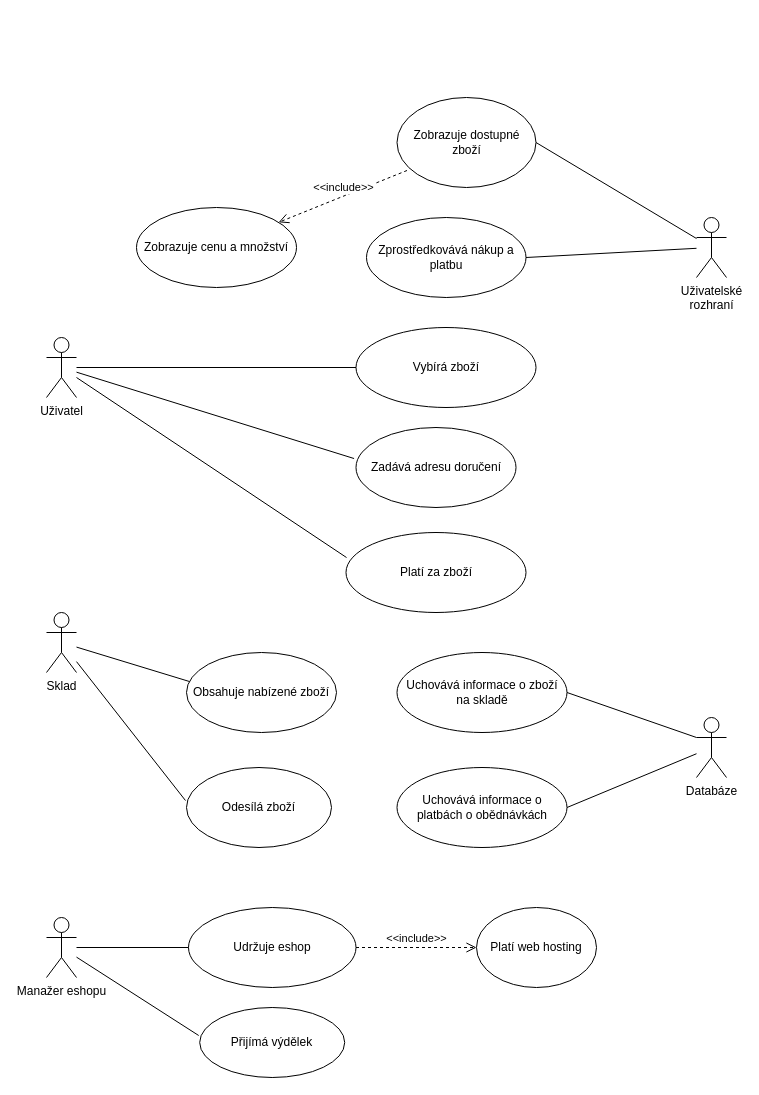
Above: data/database.drawio in CernyDavid/diagrams.net (draw.io), before the change. Source tidied: cells renumbered, new cells numbered last; positions are measured from the earlier drawing's top-left corner, leaving out a move shared by most shapes. Both pictures are drawn from the tidied source at 100%, with x=0, y=0 at pixel (46, 97).
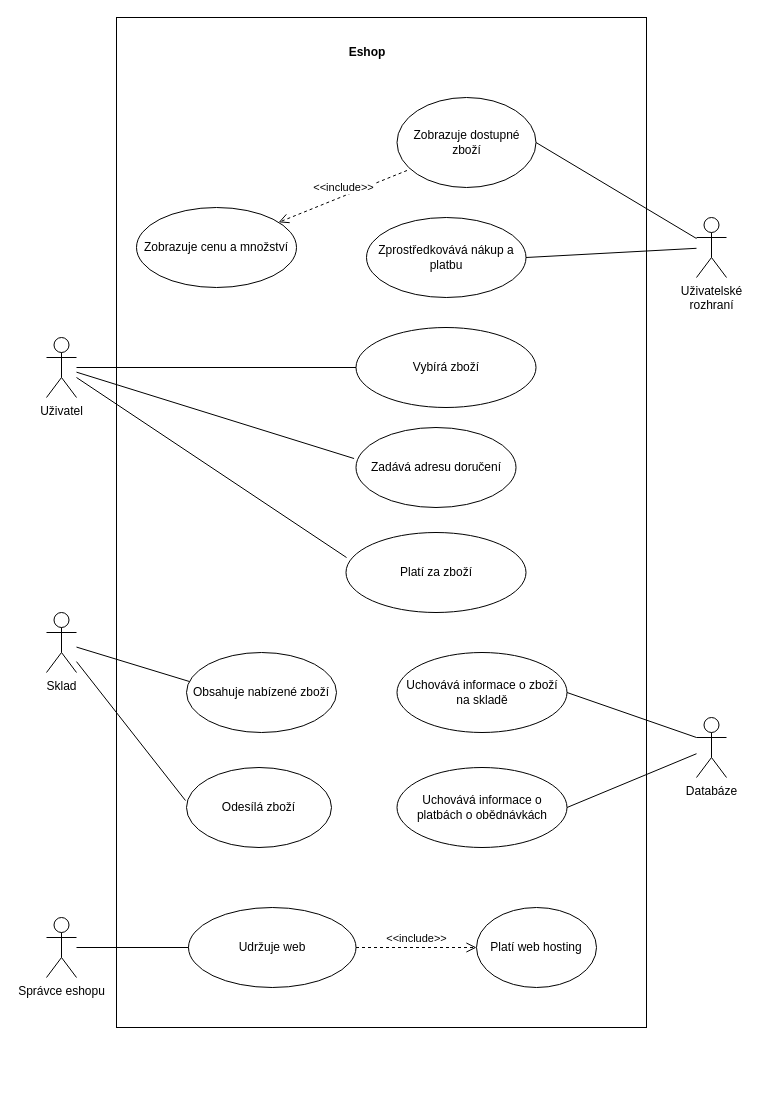
After the change.

Change to the diagram source:
```diff
@@
-    <mxCell id="26" value="Manažer eshopu" style="shape=umlActor;verticalLabelPosition=bottom;verticalAlign=top;html=1;outlineConnect=0;" parent="1" vertex="1">
+    <mxCell id="26" value="Správce eshopu" style="shape=umlActor;verticalLabelPosition=bottom;verticalAlign=top;html=1;outlineConnect=0;" parent="1" vertex="1">
       <mxGeometry y="820" width="30" height="60" as="geometry" />
     </mxCell>
-    <mxCell id="27" value="Udržuje eshop" style="ellipse;whiteSpace=wrap;html=1;" parent="1" vertex="1">
+    <mxCell id="27" value="Udržuje web" style="ellipse;whiteSpace=wrap;html=1;" parent="1" vertex="1">
       <mxGeometry x="142" y="810" width="167.5" height="80" as="geometry" />
     </mxCell>
@@
-    <mxCell id="31" value="Přijímá výdělek" style="ellipse;whiteSpace=wrap;html=1;" parent="1" vertex="1">
-      <mxGeometry x="153.2" y="910" width="145" height="70" as="geometry" />
-    </mxCell>
-    <mxCell id="32" style="endArrow=none;html=1;rounded=0;entryX=-0.007;entryY=0.4;entryDx=0;entryDy=0;entryPerimeter=0;" parent="1" edge="1" source="26" target="31">
-      <mxGeometry relative="1" as="geometry" />
-    </mxCell>
+    <mxCell id="33" style="rounded=0;whiteSpace=wrap;html=1;fillColor=none;" parent="1" vertex="1">
+      <mxGeometry x="70" y="-80" width="530" height="1010" as="geometry" />
+    </mxCell>
+    <mxCell id="34" value="&lt;b&gt;Eshop&lt;/b&gt;" style="text;html=1;strokeColor=none;fillColor=none;align=center;verticalAlign=middle;whiteSpace=wrap;rounded=0;" parent="1" vertex="1">
+      <mxGeometry x="290.5" y="-60" width="60" height="30" as="geometry" />
+    </mxCell>
```
